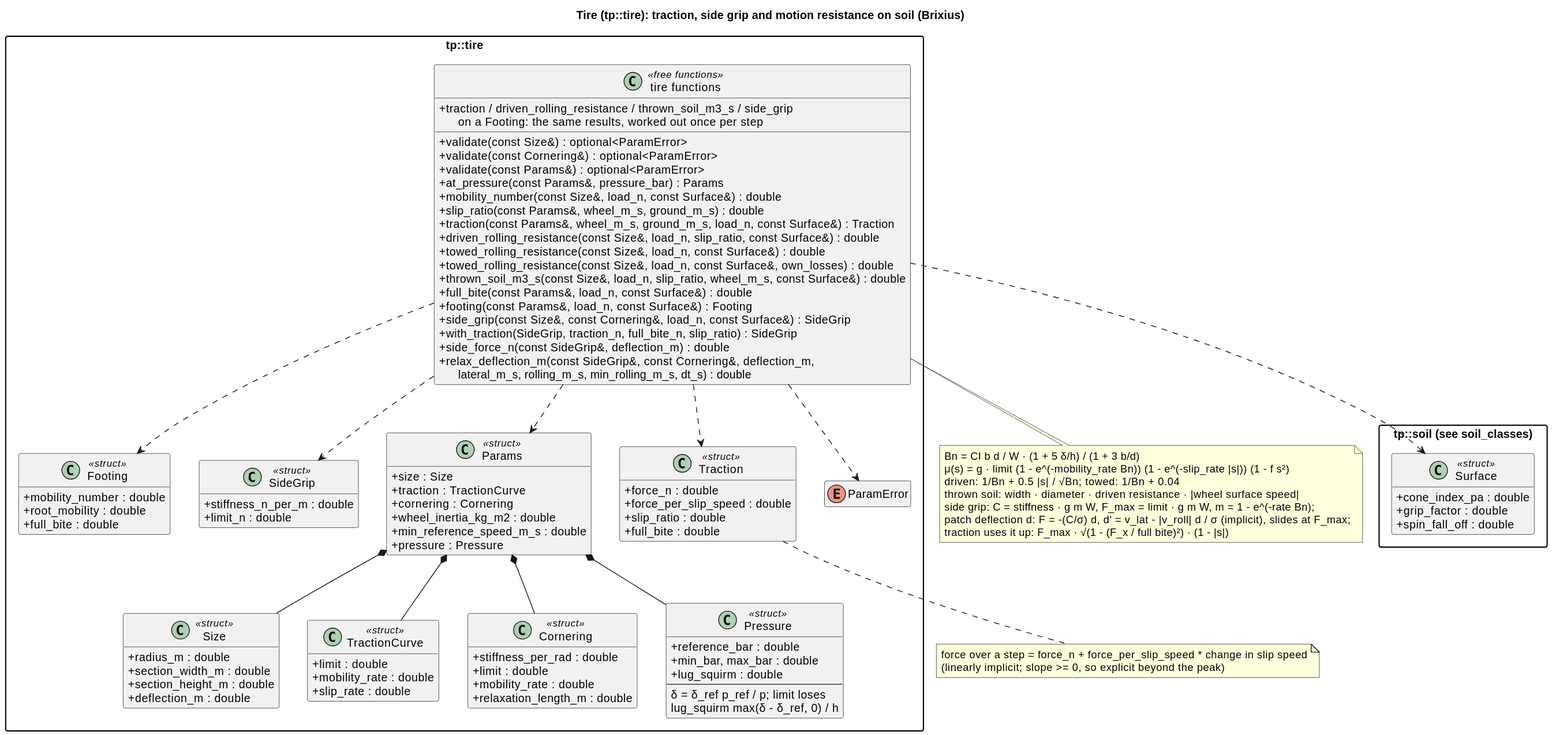
Above: docs/diagrams/svg/tire_classes.svg in wversteeg/TractorPulling (PlantUML), before the change.
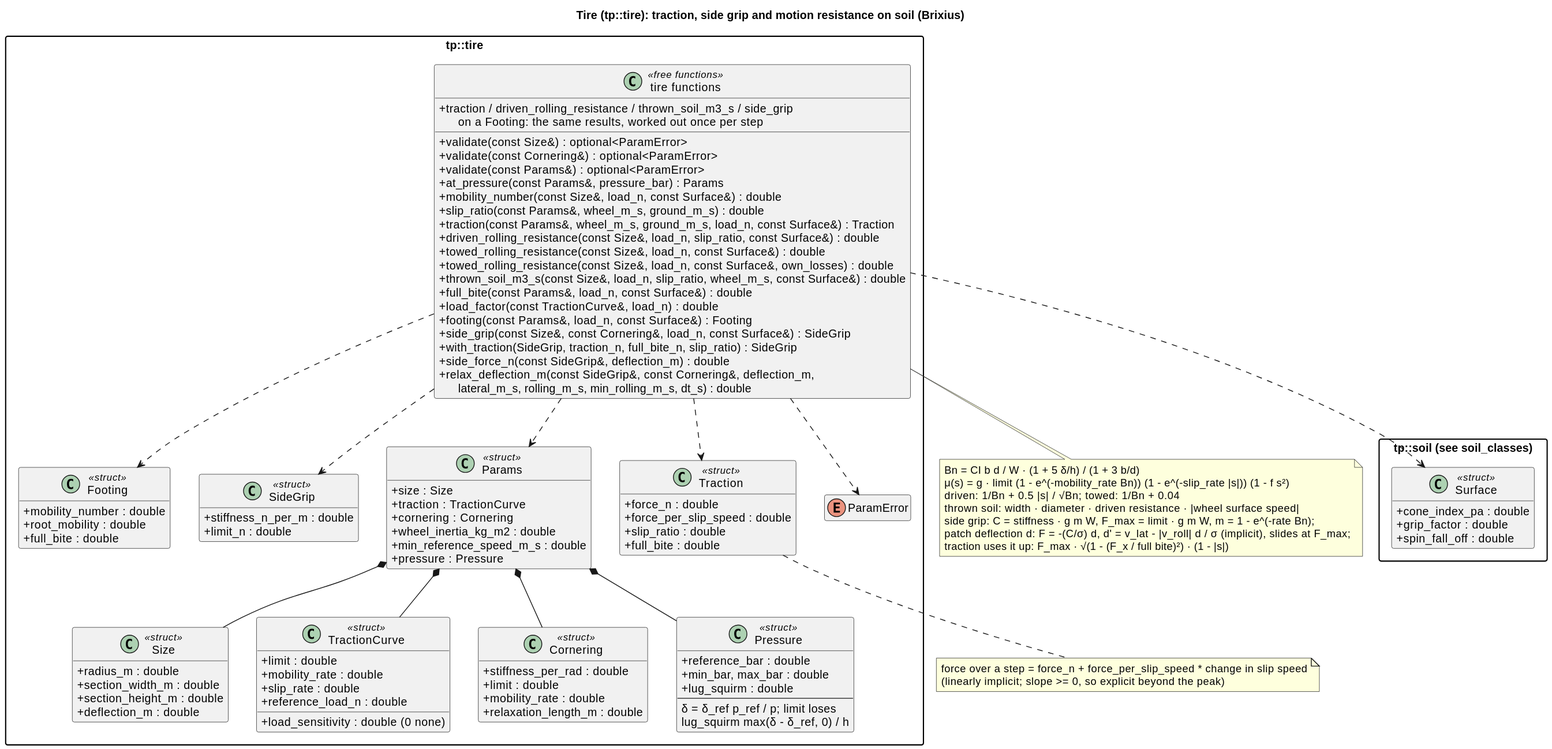
The same diagram one commit later.

Diff of the diagram source:
```diff
@@ -23,6 +23,8 @@
     +limit : double
     +mobility_rate : double
     +slip_rate : double
+    +load_sensitivity : double (0 none)
+    +reference_load_n : double
   }
   class Cornering <<struct>> {
     +stiffness_per_rad : double
@@ -75,6 +77,7 @@
     +towed_rolling_resistance(const Size&, load_n, const Surface&, own_losses) : double
     +thrown_soil_m3_s(const Size&, load_n, slip_ratio, wheel_m_s, const Surface&) : double
     +full_bite(const Params&, load_n, const Surface&) : double
+    +load_factor(const TractionCurve&, load_n) : double
     +footing(const Params&, load_n, const Surface&) : Footing
     +traction / driven_rolling_resistance / thrown_soil_m3_s / side_grip\n      on a Footing: the same results, worked out once per step
     +side_grip(const Size&, const Cornering&, load_n, const Surface&) : SideGrip
```
